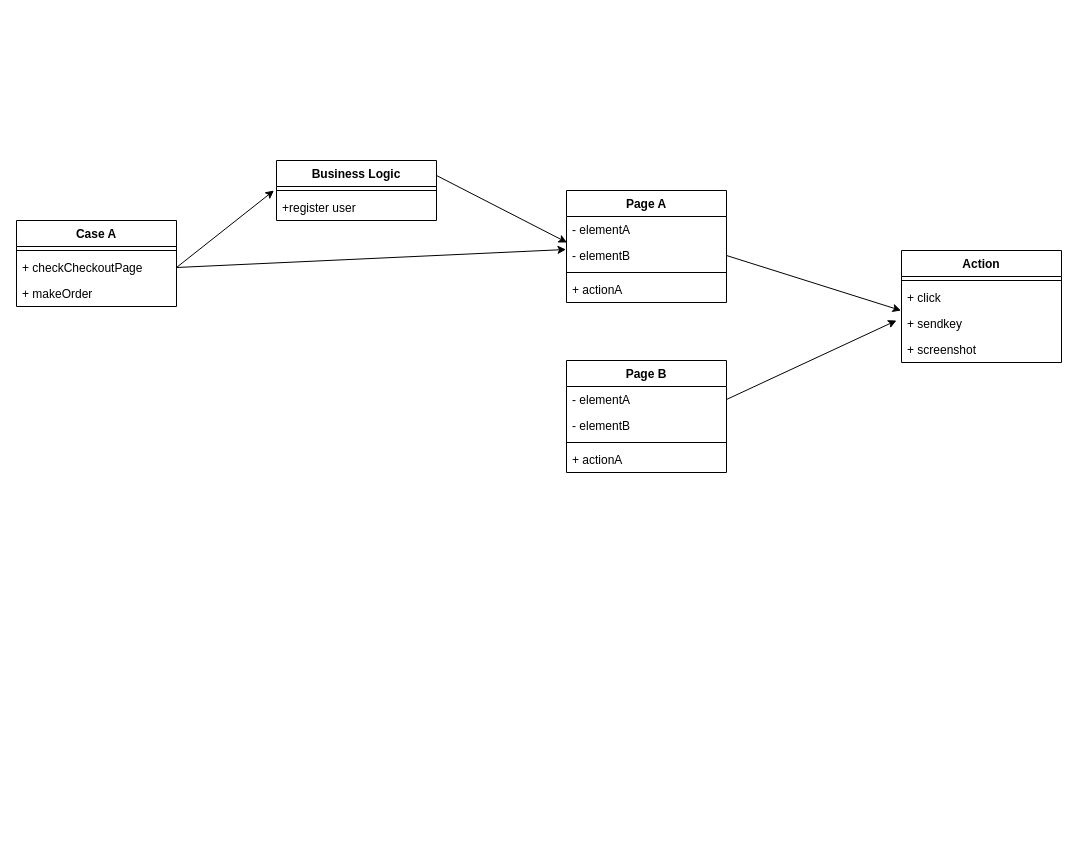
Before: page "page object/action" (7 of 7) of App Automation 2.0.drawio in michellec2021/appium-demo, a draw.io diagram. Source tidied: cells renumbered, new cells numbered last; positions are measured from the earlier drawing's top-left corner, leaving out a move shared by most shapes. Both pictures are drawn from the tidied source at 100%, with x=0, y=0 at pixel (16, 160).
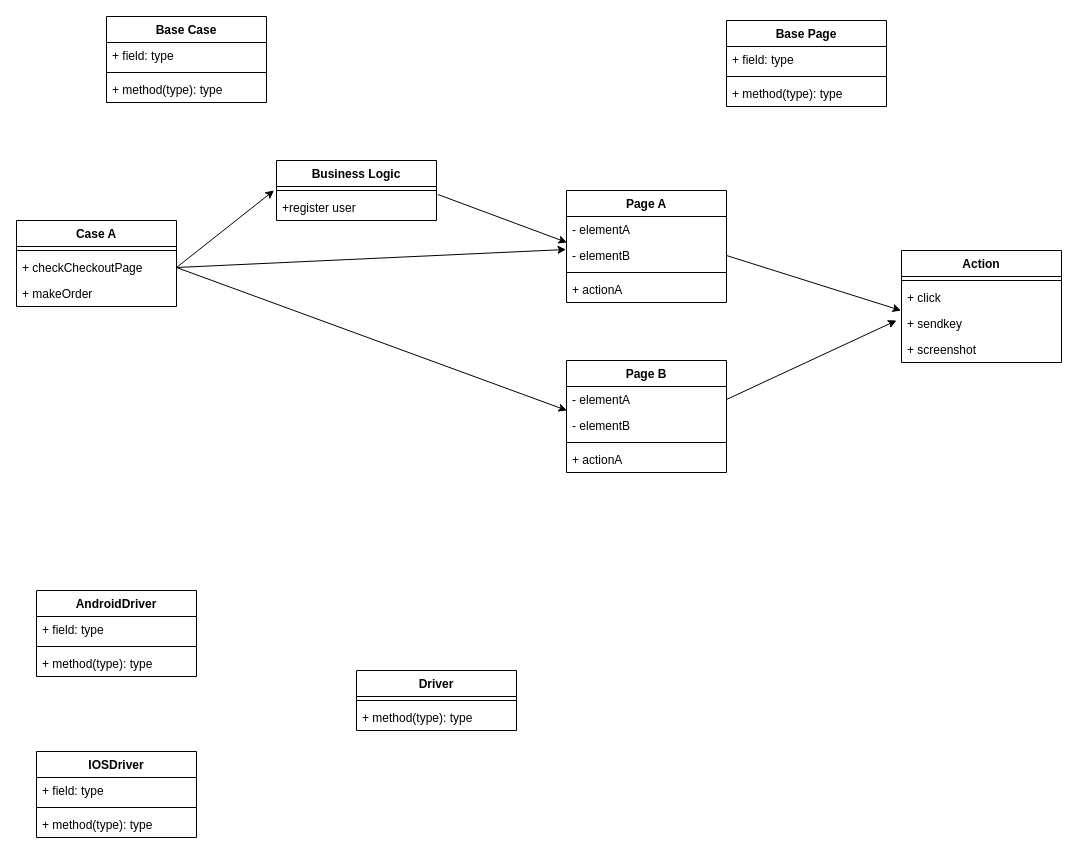
Above is the later version.

Unchanged cells that the change refers to:
```xml
<mxCell id="3" value="- elementA&#10;" style="text;strokeColor=none;fillColor=none;align=left;verticalAlign=top;spacingLeft=4;spacingRight=4;overflow=hidden;points=[[0,0.5],[1,0.5]];portConstraint=eastwest;" parent="2" vertex="1">
  <mxGeometry y="26" width="160" height="26" as="geometry" />
</mxCell>
<mxCell id="8" value="- elementA&#10;" style="text;strokeColor=none;fillColor=none;align=left;verticalAlign=top;spacingLeft=4;spacingRight=4;overflow=hidden;points=[[0,0.5],[1,0.5]];portConstraint=eastwest;" parent="7" vertex="1">
  <mxGeometry y="26" width="160" height="26" as="geometry" />
</mxCell>
<mxCell id="18" value="Business Logic" style="swimlane;fontStyle=1;align=center;verticalAlign=top;horizontal=1;startSize=26;" parent="1" vertex="1">
  <mxGeometry x="260" width="160" height="60" as="geometry" />
</mxCell>
<mxCell id="20" value="+register user " style="text;strokeColor=none;fillColor=none;align=left;verticalAlign=top;spacingLeft=4;spacingRight=4;overflow=hidden;points=[[0,0.5],[1,0.5]];portConstraint=eastwest;" parent="18" vertex="1">
  <mxGeometry y="34" width="160" height="26" as="geometry" />
</mxCell>
<mxCell id="23" value="+ checkCheckoutPage" style="text;strokeColor=none;fillColor=none;align=left;verticalAlign=top;spacingLeft=4;spacingRight=4;overflow=hidden;points=[[0,0.5],[1,0.5]];portConstraint=eastwest;" parent="21" vertex="1">
  <mxGeometry y="34" width="160" height="26" as="geometry" />
</mxCell>
```

Diff of the diagram source:
```diff
@@
-    <mxCell id="17" style="edgeStyle=none;rounded=0;jettySize=auto;html=1;exitX=1;exitY=0.25;exitDx=0;exitDy=0;entryX=0.003;entryY=1;entryDx=0;entryDy=0;entryPerimeter=0;" parent="1" edge="1" source="18" target="3">
+    <mxCell id="17" style="edgeStyle=none;rounded=0;jettySize=auto;html=1;exitX=1.009;exitY=0;exitDx=0;exitDy=0;entryX=0.003;entryY=1;entryDx=0;entryDy=0;entryPerimeter=0;exitPerimeter=0;" parent="1" edge="1" source="20" target="3">
       <mxGeometry relative="1" as="geometry" />
     </mxCell>
@@
+    <mxCell id="29" style="edgeStyle=none;rounded=0;jettySize=auto;html=1;exitX=1;exitY=0.5;exitDx=0;exitDy=0;entryX=0.003;entryY=0.923;entryDx=0;entryDy=0;entryPerimeter=0;" parent="1" edge="1" source="23" target="8">
+      <mxGeometry relative="1" as="geometry" />
+    </mxCell>
+    <mxCell id="30" value="Base Page" style="swimlane;fontStyle=1;align=center;verticalAlign=top;horizontal=1;startSize=26;" parent="1" vertex="1">
+      <mxGeometry x="710" y="-140" width="160" height="86" as="geometry" />
+    </mxCell>
+    <mxCell id="31" value="+ field: type" style="text;strokeColor=none;fillColor=none;align=left;verticalAlign=top;spacingLeft=4;spacingRight=4;overflow=hidden;" parent="30" vertex="1">
+      <mxGeometry y="26" width="160" height="26" as="geometry" />
+    </mxCell>
+    <mxCell id="32" style="line;strokeWidth=1;fillColor=none;align=left;verticalAlign=middle;spacingTop=-1;spacingLeft=3;spacingRight=3;labelPosition=right;strokeColor=inherit;" parent="30" vertex="1">
+      <mxGeometry y="52" width="160" height="8" as="geometry" />
+    </mxCell>
+    <mxCell id="33" value="+ method(type): type" style="text;strokeColor=none;fillColor=none;align=left;verticalAlign=top;spacingLeft=4;spacingRight=4;overflow=hidden;" parent="30" vertex="1">
+      <mxGeometry y="60" width="160" height="26" as="geometry" />
+    </mxCell>
+    <mxCell id="34" value="Base Case" style="swimlane;fontStyle=1;align=center;verticalAlign=top;horizontal=1;startSize=26;" parent="1" vertex="1">
+      <mxGeometry x="90" y="-144" width="160" height="86" as="geometry" />
+    </mxCell>
+    <mxCell id="35" value="+ field: type" style="text;strokeColor=none;fillColor=none;align=left;verticalAlign=top;spacingLeft=4;spacingRight=4;overflow=hidden;" parent="34" vertex="1">
+      <mxGeometry y="26" width="160" height="26" as="geometry" />
+    </mxCell>
+    <mxCell id="36" style="line;strokeWidth=1;fillColor=none;align=left;verticalAlign=middle;spacingTop=-1;spacingLeft=3;spacingRight=3;labelPosition=right;strokeColor=inherit;" parent="34" vertex="1">
+      <mxGeometry y="52" width="160" height="8" as="geometry" />
+    </mxCell>
+    <mxCell id="37" value="+ method(type): type" style="text;strokeColor=none;fillColor=none;align=left;verticalAlign=top;spacingLeft=4;spacingRight=4;overflow=hidden;" parent="34" vertex="1">
+      <mxGeometry y="60" width="160" height="26" as="geometry" />
+    </mxCell>
+    <mxCell id="38" value="AndroidDriver" style="swimlane;fontStyle=1;align=center;verticalAlign=top;horizontal=1;startSize=26;" parent="1" vertex="1">
+      <mxGeometry x="20" y="430" width="160" height="86" as="geometry" />
+    </mxCell>
+    <mxCell id="39" value="+ field: type" style="text;strokeColor=none;fillColor=none;align=left;verticalAlign=top;spacingLeft=4;spacingRight=4;overflow=hidden;" parent="38" vertex="1">
+      <mxGeometry y="26" width="160" height="26" as="geometry" />
+    </mxCell>
+    <mxCell id="40" style="line;strokeWidth=1;fillColor=none;align=left;verticalAlign=middle;spacingTop=-1;spacingLeft=3;spacingRight=3;labelPosition=right;strokeColor=inherit;" parent="38" vertex="1">
+      <mxGeometry y="52" width="160" height="8" as="geometry" />
+    </mxCell>
+    <mxCell id="41" value="+ method(type): type" style="text;strokeColor=none;fillColor=none;align=left;verticalAlign=top;spacingLeft=4;spacingRight=4;overflow=hidden;" parent="38" vertex="1">
+      <mxGeometry y="60" width="160" height="26" as="geometry" />
+    </mxCell>
+    <mxCell id="42" value="IOSDriver" style="swimlane;fontStyle=1;align=center;verticalAlign=top;horizontal=1;startSize=26;" parent="1" vertex="1">
+      <mxGeometry x="20" y="591" width="160" height="86" as="geometry" />
+    </mxCell>
+    <mxCell id="43" value="+ field: type" style="text;strokeColor=none;fillColor=none;align=left;verticalAlign=top;spacingLeft=4;spacingRight=4;overflow=hidden;" parent="42" vertex="1">
+      <mxGeometry y="26" width="160" height="26" as="geometry" />
+    </mxCell>
+    <mxCell id="44" style="line;strokeWidth=1;fillColor=none;align=left;verticalAlign=middle;spacingTop=-1;spacingLeft=3;spacingRight=3;labelPosition=right;strokeColor=inherit;" parent="42" vertex="1">
+      <mxGeometry y="52" width="160" height="8" as="geometry" />
+    </mxCell>
+    <mxCell id="45" value="+ method(type): type" style="text;strokeColor=none;fillColor=none;align=left;verticalAlign=top;spacingLeft=4;spacingRight=4;overflow=hidden;" parent="42" vertex="1">
+      <mxGeometry y="60" width="160" height="26" as="geometry" />
+    </mxCell>
+    <mxCell id="46" value="Driver" style="swimlane;fontStyle=1;align=center;verticalAlign=top;horizontal=1;startSize=26;" parent="1" vertex="1">
+      <mxGeometry x="340" y="510" width="160" height="60" as="geometry" />
+    </mxCell>
+    <mxCell id="47" style="line;strokeWidth=1;fillColor=none;align=left;verticalAlign=middle;spacingTop=-1;spacingLeft=3;spacingRight=3;labelPosition=right;strokeColor=inherit;" parent="46" vertex="1">
+      <mxGeometry y="26" width="160" height="8" as="geometry" />
+    </mxCell>
+    <mxCell id="48" value="+ method(type): type" style="text;strokeColor=none;fillColor=none;align=left;verticalAlign=top;spacingLeft=4;spacingRight=4;overflow=hidden;" parent="46" vertex="1">
+      <mxGeometry y="34" width="160" height="26" as="geometry" />
+    </mxCell>
```
